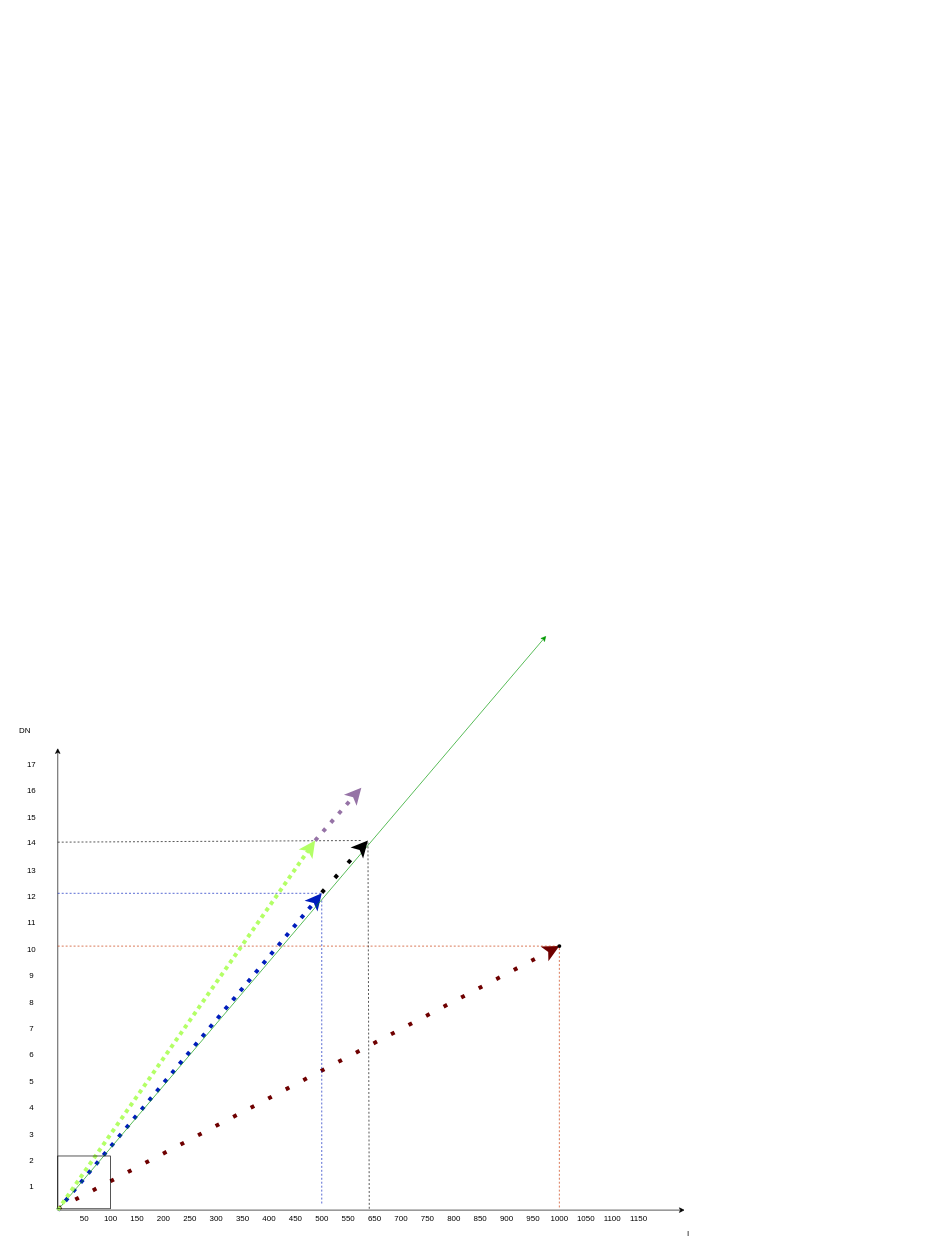
Above: page "HDR" (24 of 24) of sunshine.drawio in leixuehui/drawio (draw.io), before the change. Source tidied: cells renumbered, new cells numbered last; positions are measured from the earlier drawing's top-left corner, leaving out a move shared by most shapes. Both pictures are drawn from the tidied source at 66%, with x=0, y=0 at pixel (11, 636).
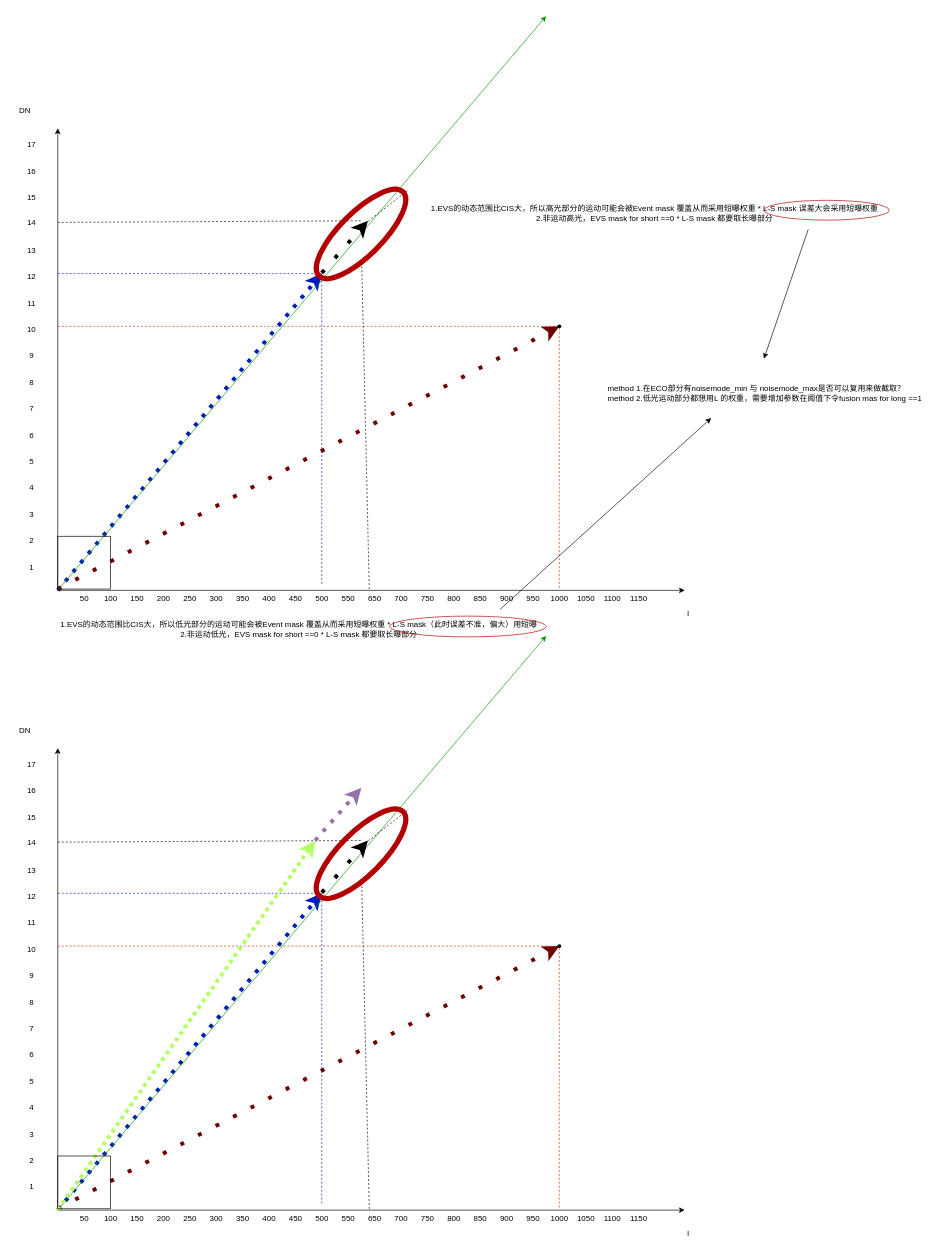
After the change.

The edit, as a diff of the source:
```diff
@@
-    <mxCell id="55" style="endArrow=none;dashed=1;html=1;rounded=0;fillColor=#0050ef;strokeColor=#000000;exitX=0.55;exitY=-0.033;exitDx=0;exitDy=0;exitPerimeter=0;" parent="1" edge="1">
+    <mxCell id="55" style="endArrow=none;dashed=1;html=1;rounded=0;fillColor=#0050ef;strokeColor=#000000;exitX=0.55;exitY=-0.033;exitDx=0;exitDy=0;exitPerimeter=0;" parent="1" edge="1" source="60">
       <mxGeometry relative="1" as="geometry">
-        <mxPoint x="542" y="868" as="sourcePoint" />
         <mxPoint x="540" y="311" as="targetPoint" />
       </mxGeometry>
     </mxCell>
@@
+    <mxCell id="59" style="endArrow=none;dashed=1;html=1;rounded=0;fillColor=#0050ef;strokeColor=#000000;exitX=0.55;exitY=-0.033;exitDx=0;exitDy=0;exitPerimeter=0;" parent="1" edge="1" target="60">
+      <mxGeometry relative="1" as="geometry">
+        <mxPoint x="542" y="868" as="sourcePoint" />
+      </mxGeometry>
+    </mxCell>
+    <mxCell id="60" style="ellipse;whiteSpace=wrap;html=1;fillColor=none;strokeWidth=8;fontColor=#ffffff;strokeColor=#B20000;rotation=45;" parent="1" vertex="1">
+      <mxGeometry x="497" y="240" width="65" height="180" as="geometry" />
+    </mxCell>
+    <mxCell id="61" style="endArrow=classic;html=1;rounded=0;" parent="1" edge="1">
+      <mxGeometry relative="1" as="geometry">
+        <mxPoint x="70" y="-69" as="sourcePoint" />
+        <mxPoint x="70" y="-769" as="targetPoint" />
+      </mxGeometry>
+    </mxCell>
+    <mxCell id="62" style="endArrow=classic;html=1;rounded=0;" parent="1" edge="1">
+      <mxGeometry relative="1" as="geometry">
+        <mxPoint x="70" y="-69" as="sourcePoint" />
+        <mxPoint x="1020" y="-69" as="targetPoint" />
+      </mxGeometry>
+    </mxCell>
+    <mxCell id="63" value="&lt;div&gt;DN&lt;/div&gt;&lt;div&gt;&lt;br&gt;&lt;/div&gt;" style="text;html=1;align=center;verticalAlign=middle;strokeColor=none;fillColor=none;" parent="1" vertex="1">
+      <mxGeometry y="-809" width="40" height="40" as="geometry" />
+    </mxCell>
+    <mxCell id="64" value="I" style="text;html=1;align=center;verticalAlign=middle;strokeColor=none;fillColor=none;" parent="1" vertex="1">
+      <mxGeometry x="1010" y="-49" width="30" height="30" as="geometry" />
+    </mxCell>
+    <mxCell id="65" value="50" style="text;html=1;align=center;verticalAlign=middle;strokeColor=none;fillColor=none;" parent="1" vertex="1">
+      <mxGeometry x="90" y="-71" width="40" height="30" as="geometry" />
+    </mxCell>
+    <mxCell id="66" value="100" style="text;html=1;align=center;verticalAlign=middle;strokeColor=none;fillColor=none;" parent="1" vertex="1">
+      <mxGeometry x="130" y="-71" width="40" height="30" as="geometry" />
+    </mxCell>
+    <mxCell id="67" value="650" style="text;html=1;align=center;verticalAlign=middle;strokeColor=none;fillColor=none;" parent="1" vertex="1">
+      <mxGeometry x="530" y="-71" width="40" height="30" as="geometry" />
+    </mxCell>
+    <mxCell id="68" value="550" style="text;html=1;align=center;verticalAlign=middle;strokeColor=none;fillColor=none;" parent="1" vertex="1">
+      <mxGeometry x="490" y="-71" width="40" height="30" as="geometry" />
+    </mxCell>
+    <mxCell id="69" value="150" style="text;html=1;align=center;verticalAlign=middle;strokeColor=none;fillColor=none;" parent="1" vertex="1">
+      <mxGeometry x="170" y="-71" width="40" height="30" as="geometry" />
+    </mxCell>
+    <mxCell id="70" value="200" style="text;html=1;align=center;verticalAlign=middle;strokeColor=none;fillColor=none;" parent="1" vertex="1">
+      <mxGeometry x="210" y="-71" width="40" height="30" as="geometry" />
+    </mxCell>
+    <mxCell id="71" value="500" style="text;html=1;align=center;verticalAlign=middle;strokeColor=none;fillColor=none;" parent="1" vertex="1">
+      <mxGeometry x="450" y="-71" width="40" height="30" as="geometry" />
+    </mxCell>
+    <mxCell id="72" value="250" style="text;html=1;align=center;verticalAlign=middle;strokeColor=none;fillColor=none;" parent="1" vertex="1">
+      <mxGeometry x="250" y="-71" width="40" height="30" as="geometry" />
+    </mxCell>
+    <mxCell id="73" value="300" style="text;html=1;align=center;verticalAlign=middle;strokeColor=none;fillColor=none;" parent="1" vertex="1">
+      <mxGeometry x="290" y="-71" width="40" height="30" as="geometry" />
+    </mxCell>
+    <mxCell id="74" value="350" style="text;html=1;align=center;verticalAlign=middle;strokeColor=none;fillColor=none;" parent="1" vertex="1">
+      <mxGeometry x="330" y="-71" width="40" height="30" as="geometry" />
+    </mxCell>
+    <mxCell id="75" value="400" style="text;html=1;align=center;verticalAlign=middle;strokeColor=none;fillColor=none;" parent="1" vertex="1">
+      <mxGeometry x="370" y="-71" width="40" height="30" as="geometry" />
+    </mxCell>
+    <mxCell id="76" value="450" style="text;html=1;align=center;verticalAlign=middle;strokeColor=none;fillColor=none;" parent="1" vertex="1">
+      <mxGeometry x="410" y="-71" width="40" height="30" as="geometry" />
+    </mxCell>
+    <mxCell id="77" value="1" style="text;html=1;align=center;verticalAlign=middle;strokeColor=none;fillColor=none;" parent="1" vertex="1">
+      <mxGeometry x="15" y="-119" width="30" height="30" as="geometry" />
+    </mxCell>
+    <mxCell id="78" value="2" style="text;html=1;align=center;verticalAlign=middle;strokeColor=none;fillColor=none;" parent="1" vertex="1">
+      <mxGeometry x="15" y="-159" width="30" height="30" as="geometry" />
+    </mxCell>
+    <mxCell id="79" value="11" style="text;html=1;align=center;verticalAlign=middle;strokeColor=none;fillColor=none;" parent="1" vertex="1">
+      <mxGeometry x="10" y="-519" width="40" height="30" as="geometry" />
+    </mxCell>
+    <mxCell id="80" value="12" style="text;html=1;align=center;verticalAlign=middle;strokeColor=none;fillColor=none;" parent="1" vertex="1">
+      <mxGeometry x="10" y="-559" width="40" height="30" as="geometry" />
+    </mxCell>
+    <mxCell id="81" value="3" style="text;html=1;align=center;verticalAlign=middle;strokeColor=none;fillColor=none;" parent="1" vertex="1">
+      <mxGeometry x="15" y="-199" width="30" height="30" as="geometry" />
+    </mxCell>
+    <mxCell id="82" value="4" style="text;html=1;align=center;verticalAlign=middle;strokeColor=none;fillColor=none;" parent="1" vertex="1">
+      <mxGeometry x="15" y="-239" width="30" height="30" as="geometry" />
+    </mxCell>
+    <mxCell id="83" value="10" style="text;html=1;align=center;verticalAlign=middle;strokeColor=none;fillColor=none;" parent="1" vertex="1">
+      <mxGeometry x="10" y="-479" width="40" height="30" as="geometry" />
+    </mxCell>
+    <mxCell id="84" value="5" style="text;html=1;align=center;verticalAlign=middle;strokeColor=none;fillColor=none;" parent="1" vertex="1">
+      <mxGeometry x="15" y="-279" width="30" height="30" as="geometry" />
+    </mxCell>
+    <mxCell id="85" value="6" style="text;html=1;align=center;verticalAlign=middle;strokeColor=none;fillColor=none;" parent="1" vertex="1">
+      <mxGeometry x="15" y="-319" width="30" height="30" as="geometry" />
+    </mxCell>
+    <mxCell id="86" value="7" style="text;html=1;align=center;verticalAlign=middle;strokeColor=none;fillColor=none;" parent="1" vertex="1">
+      <mxGeometry x="15" y="-359" width="30" height="30" as="geometry" />
+    </mxCell>
+    <mxCell id="87" value="8" style="text;html=1;align=center;verticalAlign=middle;strokeColor=none;fillColor=none;" parent="1" vertex="1">
+      <mxGeometry x="15" y="-399" width="30" height="30" as="geometry" />
+    </mxCell>
+    <mxCell id="88" value="9" style="text;html=1;align=center;verticalAlign=middle;strokeColor=none;fillColor=none;" parent="1" vertex="1">
+      <mxGeometry x="15" y="-439" width="30" height="30" as="geometry" />
+    </mxCell>
+    <mxCell id="89" value="13" style="text;html=1;align=center;verticalAlign=middle;strokeColor=none;fillColor=none;" parent="1" vertex="1">
+      <mxGeometry x="10" y="-599" width="40" height="30" as="geometry" />
+    </mxCell>
+    <mxCell id="90" value="14" style="text;html=1;align=center;verticalAlign=middle;strokeColor=none;fillColor=none;" parent="1" vertex="1">
+      <mxGeometry x="10" y="-641" width="40" height="30" as="geometry" />
+    </mxCell>
+    <mxCell id="91" style="endArrow=classic;html=1;rounded=0;fillColor=#0050ef;strokeColor=#001DBC;dashed=1;dashPattern=1 2;strokeWidth=6;" parent="1" edge="1">
+      <mxGeometry relative="1" as="geometry">
+        <mxPoint x="70" y="-69" as="sourcePoint" />
+        <mxPoint x="470" y="-549" as="targetPoint" />
+      </mxGeometry>
+    </mxCell>
+    <mxCell id="92" style="endArrow=classic;html=1;rounded=0;fillColor=#a20025;strokeColor=#6F0000;dashed=1;dashPattern=1 4;strokeWidth=6;" parent="1" edge="1" target="111">
+      <mxGeometry relative="1" as="geometry">
+        <mxPoint x="70" y="-71" as="sourcePoint" />
+      </mxGeometry>
+    </mxCell>
+    <mxCell id="93" value="900" style="text;html=1;align=center;verticalAlign=middle;points=[];strokeColor=none;fillColor=none;" parent="1" vertex="1">
+      <mxGeometry x="730" y="-71" width="40" height="30" as="geometry" />
+    </mxCell>
+    <mxCell id="94" value="950" style="text;html=1;align=center;verticalAlign=middle;strokeColor=none;fillColor=none;" parent="1" vertex="1">
+      <mxGeometry x="770" y="-71" width="40" height="30" as="geometry" />
+    </mxCell>
+    <mxCell id="95" value="1000" style="text;html=1;align=center;verticalAlign=middle;points=[];strokeColor=none;fillColor=none;" parent="1" vertex="1">
+      <mxGeometry x="805" y="-71" width="50" height="30" as="geometry" />
+    </mxCell>
+    <mxCell id="96" value="1050" style="text;html=1;align=center;verticalAlign=middle;strokeColor=none;fillColor=none;" parent="1" vertex="1">
+      <mxGeometry x="845" y="-71" width="50" height="30" as="geometry" />
+    </mxCell>
+    <mxCell id="97" value="1100" style="text;html=1;align=center;verticalAlign=middle;strokeColor=none;fillColor=none;" parent="1" vertex="1">
+      <mxGeometry x="885" y="-71" width="50" height="30" as="geometry" />
+    </mxCell>
+    <mxCell id="98" value="1150" style="text;html=1;align=center;verticalAlign=middle;strokeColor=none;fillColor=none;" parent="1" vertex="1">
+      <mxGeometry x="925" y="-71" width="50" height="30" as="geometry" />
+    </mxCell>
+    <mxCell id="99" value="16" style="text;html=1;align=center;verticalAlign=middle;strokeColor=none;fillColor=none;" parent="1" vertex="1">
+      <mxGeometry x="10" y="-719" width="40" height="30" as="geometry" />
+    </mxCell>
+    <mxCell id="100" value="700" style="text;html=1;align=center;verticalAlign=middle;strokeColor=none;fillColor=none;" parent="1" vertex="1">
+      <mxGeometry x="570" y="-71" width="40" height="30" as="geometry" />
+    </mxCell>
+    <mxCell id="101" value="15" style="text;html=1;align=center;verticalAlign=middle;strokeColor=none;fillColor=none;" parent="1" vertex="1">
+      <mxGeometry x="10" y="-679" width="40" height="30" as="geometry" />
+    </mxCell>
+    <mxCell id="102" value="800" style="text;html=1;align=center;verticalAlign=middle;strokeColor=none;fillColor=none;" parent="1" vertex="1">
+      <mxGeometry x="650" y="-71" width="40" height="30" as="geometry" />
+    </mxCell>
+    <mxCell id="103" value="750" style="text;html=1;align=center;verticalAlign=middle;strokeColor=none;fillColor=none;" parent="1" vertex="1">
+      <mxGeometry x="610" y="-71" width="40" height="30" as="geometry" />
+    </mxCell>
+    <mxCell id="104" value="850" style="text;html=1;align=center;verticalAlign=middle;strokeColor=none;fillColor=none;" parent="1" vertex="1">
+      <mxGeometry x="690" y="-71" width="40" height="30" as="geometry" />
+    </mxCell>
+    <mxCell id="105" value="17" style="text;html=1;align=center;verticalAlign=middle;strokeColor=none;fillColor=none;" parent="1" vertex="1">
+      <mxGeometry x="10" y="-759" width="40" height="30" as="geometry" />
+    </mxCell>
+    <mxCell id="106" style="endArrow=none;dashed=1;html=1;rounded=0;fillColor=#0050ef;strokeColor=#001DBC;" parent="1" edge="1">
+      <mxGeometry relative="1" as="geometry">
+        <mxPoint x="70" y="-549" as="sourcePoint" />
+        <mxPoint x="470" y="-549" as="targetPoint" />
+      </mxGeometry>
+    </mxCell>
+    <mxCell id="107" style="endArrow=none;dashed=1;html=1;rounded=0;fillColor=#0050ef;strokeColor=#001DBC;" parent="1" edge="1">
+      <mxGeometry relative="1" as="geometry">
+        <mxPoint x="470" y="-79" as="sourcePoint" />
+        <mxPoint x="470" y="-539" as="targetPoint" />
+      </mxGeometry>
+    </mxCell>
+    <mxCell id="108" style="endArrow=none;dashed=1;html=1;rounded=0;fillColor=#fa6800;strokeColor=#C73500;" parent="1" edge="1">
+      <mxGeometry relative="1" as="geometry">
+        <mxPoint x="70" y="-469" as="sourcePoint" />
+        <mxPoint x="830" y="-469" as="targetPoint" />
+      </mxGeometry>
+    </mxCell>
+    <mxCell id="109" style="endArrow=none;dashed=1;html=1;rounded=0;fillColor=#fa6800;strokeColor=#C73500;exitX=0.5;exitY=-0.067;exitDx=0;exitDy=0;exitPerimeter=0;" parent="1" edge="1" source="95">
+      <mxGeometry relative="1" as="geometry">
+        <mxPoint x="830" y="-469" as="targetPoint" />
+      </mxGeometry>
+    </mxCell>
+    <mxCell id="110" style="endArrow=classic;html=1;rounded=0;fillColor=#cdeb8b;strokeColor=#009900;" parent="1" edge="1">
+      <mxGeometry relative="1" as="geometry">
+        <mxPoint x="70" y="-69" as="sourcePoint" />
+        <mxPoint x="810" y="-939" as="targetPoint" />
+      </mxGeometry>
+    </mxCell>
+    <mxCell id="111" style="shape=waypoint;sketch=0;fillStyle=solid;size=6;points=[];fillColor=none;perimeter=centerPerimeter;snapToPoint=1;" parent="1" vertex="1">
+      <mxGeometry x="820" y="-479" width="20" height="20" as="geometry" />
+    </mxCell>
+    <mxCell id="112" style="endArrow=classic;html=1;rounded=0;fillColor=#a20025;strokeColor=#000000;dashed=1;dashPattern=1 4;strokeWidth=6;" parent="1" edge="1">
+      <mxGeometry relative="1" as="geometry">
+        <mxPoint x="470" y="-550" as="sourcePoint" />
+        <mxPoint x="540" y="-629" as="targetPoint" />
+      </mxGeometry>
+    </mxCell>
+    <mxCell id="113" style="endArrow=none;dashed=1;html=1;rounded=0;fillColor=#0050ef;strokeColor=#000000;" parent="1" edge="1">
+      <mxGeometry relative="1" as="geometry">
+        <mxPoint x="70" y="-626.5" as="sourcePoint" />
+        <mxPoint x="530" y="-629" as="targetPoint" />
+      </mxGeometry>
+    </mxCell>
+    <mxCell id="114" style="endArrow=none;dashed=1;html=1;rounded=0;fillColor=#0050ef;strokeColor=#000000;exitX=0.55;exitY=-0.033;exitDx=0;exitDy=0;exitPerimeter=0;" parent="1" edge="1" source="117">
+      <mxGeometry relative="1" as="geometry">
+        <mxPoint x="540" y="-628" as="targetPoint" />
+      </mxGeometry>
+    </mxCell>
+    <mxCell id="115" style="whiteSpace=wrap;html=1;fillColor=none;" parent="1" vertex="1">
+      <mxGeometry x="70" y="-151" width="80" height="80" as="geometry" />
+    </mxCell>
+    <mxCell id="116" style="endArrow=none;dashed=1;html=1;rounded=0;fillColor=#0050ef;strokeColor=#000000;exitX=0.55;exitY=-0.033;exitDx=0;exitDy=0;exitPerimeter=0;" parent="1" edge="1" target="117">
+      <mxGeometry relative="1" as="geometry">
+        <mxPoint x="542" y="-71" as="sourcePoint" />
+      </mxGeometry>
+    </mxCell>
+    <mxCell id="117" style="ellipse;whiteSpace=wrap;html=1;fillColor=none;strokeWidth=8;fontColor=#ffffff;strokeColor=#B20000;rotation=45;" parent="1" vertex="1">
+      <mxGeometry x="497" y="-699" width="65" height="180" as="geometry" />
+    </mxCell>
+    <mxCell id="118" value="&lt;div&gt;1.EVS的动态范围比CIS大，所以高光部分的运动可能会被Event mask 覆盖从而采用短曝权重 * L-S mask 误差大会采用短曝权重&lt;/div&gt;&lt;div&gt;2.非运动高光，EVS mask for short ==0 *  L-S mask 都要取长曝部分&lt;/div&gt;" style="text;html=1;align=center;verticalAlign=middle;points=[];strokeColor=none;fillColor=none;" parent="1" vertex="1">
+      <mxGeometry x="624" y="-660" width="700" height="40" as="geometry" />
+    </mxCell>
+    <mxCell id="119" value="&lt;div&gt;1.EVS的动态范围比CIS大，所以低光部分的运动可能会被Event mask 覆盖从而采用短曝权重 * L-S mask（此时误差不准，偏大）用短曝&lt;/div&gt;&lt;div&gt;2.非运动低光，EVS mask for short ==0 *  L-S mask 都要取长曝部分&lt;/div&gt;" style="text;html=1;align=center;verticalAlign=middle;strokeColor=none;fillColor=none;" parent="1" vertex="1">
+      <mxGeometry x="60" y="-30" width="750" height="40" as="geometry" />
+    </mxCell>
+    <mxCell id="120" style="ellipse;whiteSpace=wrap;html=1;fillColor=none;strokeWidth=1;fontColor=#ffffff;strokeColor=#B20000;rotation=0;direction=south;" parent="1" vertex="1">
+      <mxGeometry x="572.5" y="-30" width="237.5" height="31.5" as="geometry" />
+    </mxCell>
+    <mxCell id="121" style="ellipse;whiteSpace=wrap;html=1;fillColor=none;strokeWidth=1;fontColor=#ffffff;strokeColor=#B20000;rotation=0;direction=south;" parent="1" vertex="1">
+      <mxGeometry x="1140" y="-660" width="190" height="30" as="geometry" />
+    </mxCell>
+    <mxCell id="122" style="endArrow=classic;html=1;rounded=0;exitX=0.833;exitY=1.1;exitDx=0;exitDy=0;exitPerimeter=0;" parent="1" edge="1" source="118">
+      <mxGeometry relative="1" as="geometry">
+        <mxPoint x="1140" y="-420" as="targetPoint" />
+      </mxGeometry>
+    </mxCell>
+    <mxCell id="123" style="endArrow=classic;html=1;rounded=0;exitX=0.25;exitY=1.033;exitDx=0;exitDy=0;exitPerimeter=0;" parent="1" edge="1" source="93">
+      <mxGeometry relative="1" as="geometry">
+        <mxPoint x="1060" y="-330" as="targetPoint" />
+      </mxGeometry>
+    </mxCell>
+    <mxCell id="124" value="&lt;div align=&quot;left&quot;&gt;method 1.在ECO部分有noisemode_min 与 noisemode_max是否可以复用来做截取？&lt;/div&gt;&lt;div&gt;method 2.低光运动部分都想用L 的权重，需要增加参数在阈值下令fusion mas for long ==1&lt;/div&gt;" style="text;html=1;align=center;verticalAlign=middle;strokeColor=none;fillColor=none;" parent="1" vertex="1">
+      <mxGeometry x="881" y="-387" width="520" height="40" as="geometry" />
+    </mxCell>
```
